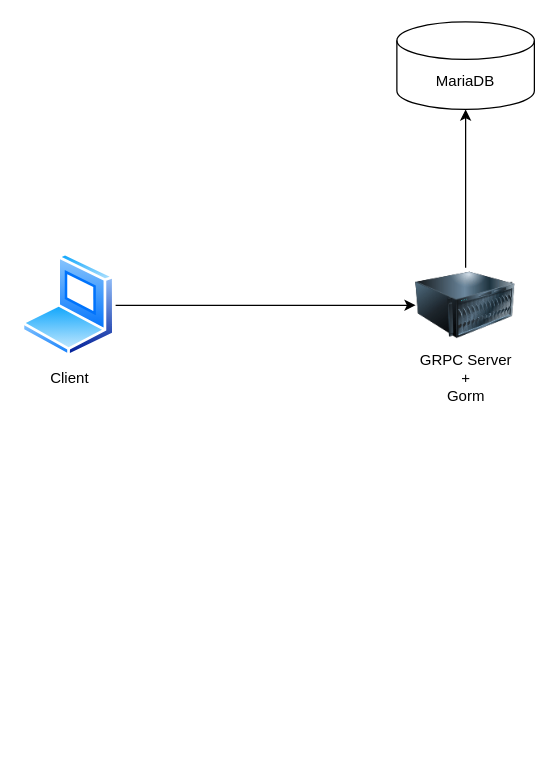
Above: diagram.drawio in zombiemachines/mariadb-grpc-test (draw.io), before the change. Source tidied: cells renumbered, new cells numbered last; positions are measured from the earlier drawing's top-left corner, leaving out a move shared by most shapes. Both pictures are drawn from the tidied source at 125%, with x=0, y=0 at pixel (21, 21).
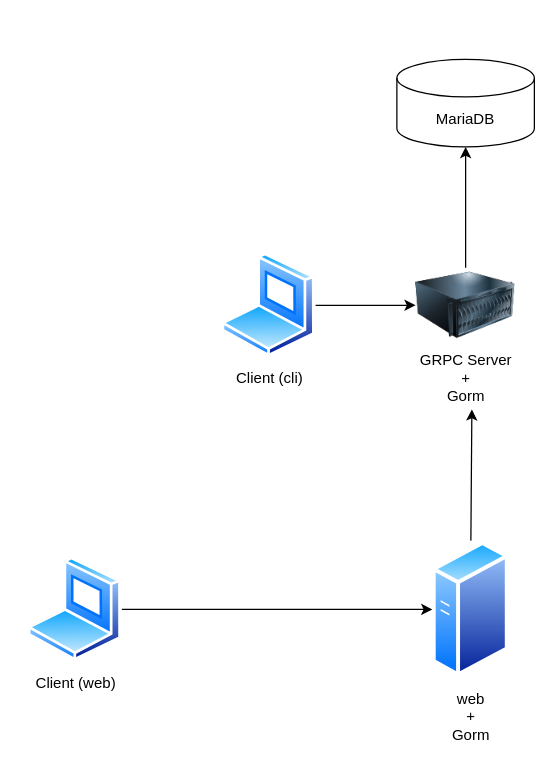
After the change.

Change to the diagram source:
```diff
@@
 <mxGraphModel>
   <root>
     <mxCell id="0" />
     <mxCell id="1" parent="0" />
     <mxCell id="2" value="MariaDB" style="shape=cylinder3;whiteSpace=wrap;html=1;boundedLbl=1;backgroundOutline=1;size=15;" parent="1" vertex="1">
-      <mxGeometry x="300" width="110" height="70" as="geometry" />
+      <mxGeometry x="300" y="30" width="110" height="70" as="geometry" />
     </mxCell>
     <mxCell id="3" style="edgeStyle=orthogonalEdgeStyle;rounded=0;jettySize=auto;html=1;" parent="1" edge="1" source="4" target="2">
       <mxGeometry relative="1" as="geometry" />
     </mxCell>
     <mxCell id="4" value="GRPC Server&lt;br&gt;+&lt;br&gt;Gorm" style="image;html=1;image=img/lib/clip_art/computers/Server_128x128.png;" parent="1" vertex="1">
       <mxGeometry x="315" y="196.7" width="80" height="60" as="geometry" />
     </mxCell>
     <mxCell id="5" style="edgeStyle=orthogonalEdgeStyle;rounded=0;jettySize=auto;html=1;entryX=0;entryY=0.5;entryDx=0;entryDy=0;" parent="1" edge="1" source="6" target="4">
       <mxGeometry relative="1" as="geometry" />
     </mxCell>
-    <mxCell id="6" value="Client&lt;br&gt;" style="image;perimeter=ellipsePerimeter;html=1;align=center;shadow=0;dashed=0;spacingTop=3;image=img/lib/active_directory/laptop_client.svg;" parent="1" vertex="1">
-      <mxGeometry y="185" width="75" height="83.3" as="geometry" />
+    <mxCell id="6" value="Client (cli)" style="image;perimeter=ellipsePerimeter;html=1;align=center;shadow=0;dashed=0;spacingTop=3;image=img/lib/active_directory/laptop_client.svg;" parent="1" vertex="1">
+      <mxGeometry x="160" y="185" width="75" height="83.3" as="geometry" />
     </mxCell>
+    <mxCell id="7" style="edgeStyle=none;html=1;exitX=0.5;exitY=0;exitDx=0;exitDy=0;" parent="1" edge="1" source="8">
+      <mxGeometry relative="1" as="geometry">
+        <mxPoint x="360" y="310" as="targetPoint" />
+      </mxGeometry>
+    </mxCell>
+    <mxCell id="8" value="web&lt;br&gt;+&lt;br&gt;Gorm" style="perimeter=ellipsePerimeter;html=1;align=center;shadow=0;dashed=0;spacingTop=3;image;image=img/lib/active_directory/generic_server.svg;" parent="1" vertex="1">
+      <mxGeometry x="328.4" y="415" width="61.6" height="110" as="geometry" />
+    </mxCell>
+    <mxCell id="9" style="edgeStyle=none;html=1;entryX=0;entryY=0.5;entryDx=0;entryDy=0;" parent="1" edge="1" source="10" target="8">
+      <mxGeometry relative="1" as="geometry" />
+    </mxCell>
+    <mxCell id="10" value="Client (web)" style="image;perimeter=ellipsePerimeter;html=1;align=center;shadow=0;dashed=0;spacingTop=3;image=img/lib/active_directory/laptop_client.svg;" parent="1" vertex="1">
+      <mxGeometry x="5" y="428.3" width="75" height="83.3" as="geometry" />
+    </mxCell>
   </root>
 </mxGraphModel>
```
